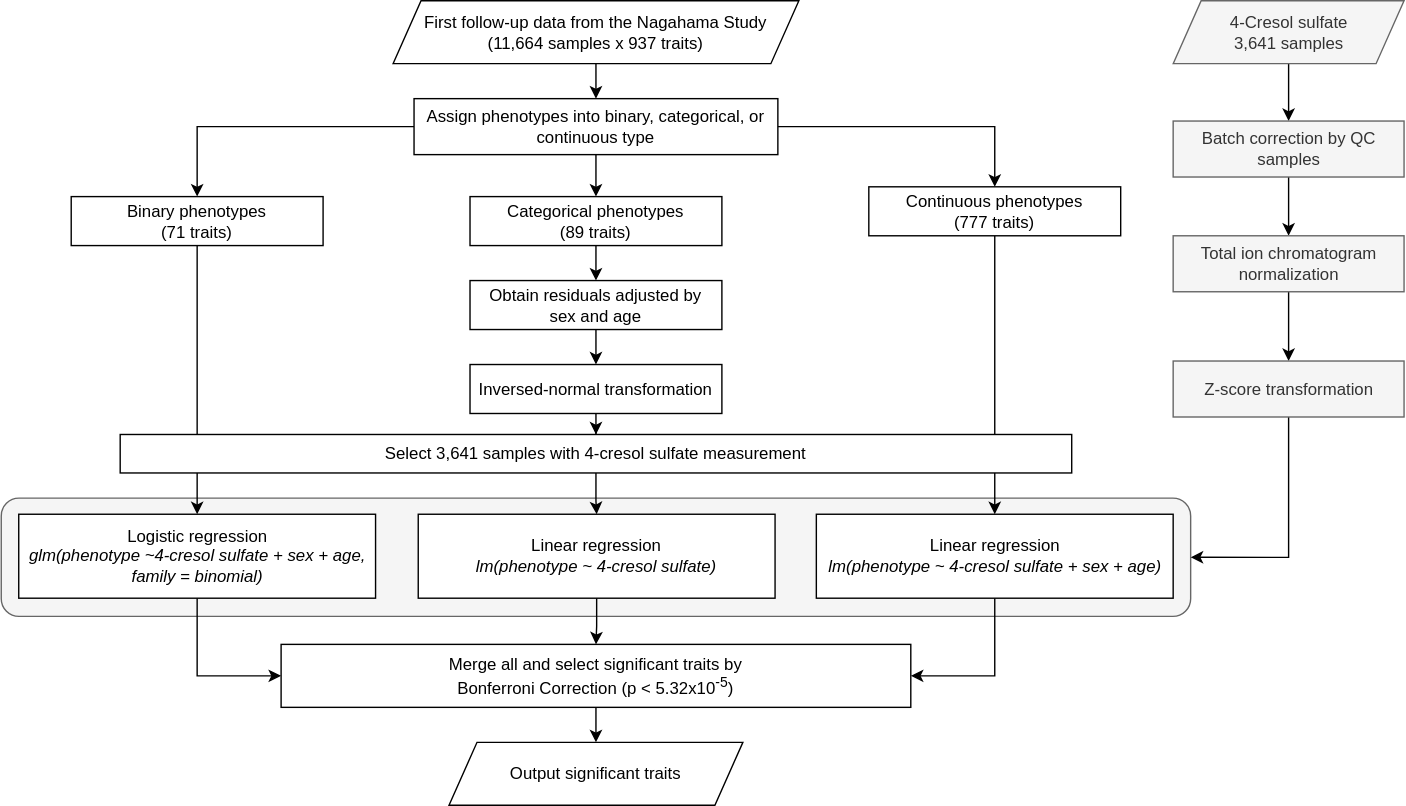
This is workflow.svg from janiceou/website_log, a draw.io export, as it was before one commit. Source tidied: cells renumbered, new cells last; positions are measured from the earlier drawing's top-left corner, leaving out a move shared by most shapes. Source of this version:
```xml
<mxGraphModel>
  <root>
    <mxCell id="0" />
    <mxCell id="1" parent="0" />
    <mxCell id="2" style="rounded=1;whiteSpace=wrap;html=1;fillColor=#f5f5f5;fontColor=#333333;strokeColor=#666666;" parent="1" vertex="1">
      <mxGeometry y="355.5" width="850" height="84.5" as="geometry" />
    </mxCell>
    <mxCell id="3" style="edgeStyle=orthogonalEdgeStyle;rounded=0;jettySize=auto;html=1;exitX=0.5;exitY=1;exitDx=0;exitDy=0;" parent="1" edge="1" source="4" target="8">
      <mxGeometry relative="1" as="geometry" />
    </mxCell>
    <mxCell id="4" value="First follow-up data from the Nagahama Study&lt;br&gt;(11,664 samples x 937 traits)" style="shape=parallelogram;perimeter=parallelogramPerimeter;whiteSpace=wrap;html=1;fixedSize=1;" parent="1" vertex="1">
      <mxGeometry x="280" width="290" height="45" as="geometry" />
    </mxCell>
    <mxCell id="5" style="edgeStyle=orthogonalEdgeStyle;rounded=0;jettySize=auto;html=1;" parent="1" edge="1" source="8" target="10">
      <mxGeometry relative="1" as="geometry" />
    </mxCell>
    <mxCell id="6" style="edgeStyle=orthogonalEdgeStyle;rounded=0;jettySize=auto;html=1;" parent="1" edge="1" source="8" target="12">
      <mxGeometry relative="1" as="geometry" />
    </mxCell>
    <mxCell id="7" style="edgeStyle=orthogonalEdgeStyle;rounded=0;jettySize=auto;html=1;" parent="1" edge="1" target="14">
      <mxGeometry relative="1" as="geometry">
        <mxPoint x="553" y="90" as="sourcePoint" />
      </mxGeometry>
    </mxCell>
    <mxCell id="8" value="Assign phenotypes into binary, categorical, or continuous type" style="rounded=0;whiteSpace=wrap;html=1;" parent="1" vertex="1">
      <mxGeometry x="295" y="70" width="260" height="40" as="geometry" />
    </mxCell>
    <mxCell id="9" style="edgeStyle=orthogonalEdgeStyle;rounded=0;jettySize=auto;html=1;" parent="1" edge="1" source="10" target="16">
      <mxGeometry relative="1" as="geometry" />
    </mxCell>
    <mxCell id="10" value="Categorical phenotypes&lt;br&gt;(89 traits)" style="whiteSpace=wrap;html=1;rounded=0;" parent="1" vertex="1">
      <mxGeometry x="335" y="140" width="180" height="35" as="geometry" />
    </mxCell>
    <mxCell id="11" style="edgeStyle=orthogonalEdgeStyle;rounded=0;jettySize=auto;html=1;exitX=0.5;exitY=1;exitDx=0;exitDy=0;entryX=0.5;entryY=0;entryDx=0;entryDy=0;" parent="1" edge="1" source="12" target="24">
      <mxGeometry relative="1" as="geometry" />
    </mxCell>
    <mxCell id="12" value="Binary phenotypes&lt;br&gt;(71 traits)" style="whiteSpace=wrap;html=1;rounded=0;" parent="1" vertex="1">
      <mxGeometry x="50" y="140" width="180" height="35" as="geometry" />
    </mxCell>
    <mxCell id="13" style="edgeStyle=orthogonalEdgeStyle;rounded=0;jettySize=auto;html=1;exitX=0.5;exitY=1;exitDx=0;exitDy=0;" parent="1" edge="1" source="14" target="26">
      <mxGeometry relative="1" as="geometry" />
    </mxCell>
    <mxCell id="14" value="Continuous phenotypes&lt;br&gt;(777 traits)" style="whiteSpace=wrap;html=1;rounded=0;" parent="1" vertex="1">
      <mxGeometry x="620" y="133" width="180" height="35" as="geometry" />
    </mxCell>
    <mxCell id="15" style="edgeStyle=orthogonalEdgeStyle;rounded=0;jettySize=auto;html=1;" parent="1" edge="1" source="16" target="18">
      <mxGeometry relative="1" as="geometry" />
    </mxCell>
    <mxCell id="16" value="Obtain residuals adjusted by &lt;br&gt;sex and age" style="whiteSpace=wrap;html=1;rounded=0;" parent="1" vertex="1">
      <mxGeometry x="335" y="200" width="180" height="35" as="geometry" />
    </mxCell>
    <mxCell id="17" style="edgeStyle=orthogonalEdgeStyle;rounded=0;jettySize=auto;html=1;" parent="1" edge="1" source="18" target="20">
      <mxGeometry relative="1" as="geometry" />
    </mxCell>
    <mxCell id="18" value="Inversed-normal transformation" style="whiteSpace=wrap;html=1;rounded=0;" parent="1" vertex="1">
      <mxGeometry x="335" y="260" width="180" height="35" as="geometry" />
    </mxCell>
    <mxCell id="19" style="edgeStyle=orthogonalEdgeStyle;rounded=0;jettySize=auto;html=1;" parent="1" edge="1" source="20" target="22">
      <mxGeometry relative="1" as="geometry" />
    </mxCell>
    <mxCell id="20" value="Select 3,641 samples with 4-cresol sulfate measurement" style="whiteSpace=wrap;html=1;rounded=0;" parent="1" vertex="1">
      <mxGeometry x="85" y="310" width="680" height="27.5" as="geometry" />
    </mxCell>
    <mxCell id="21" style="edgeStyle=orthogonalEdgeStyle;rounded=0;jettySize=auto;html=1;" parent="1" edge="1" source="22" target="28">
      <mxGeometry relative="1" as="geometry" />
    </mxCell>
    <mxCell id="22" value="Linear regression&lt;br&gt;&lt;i&gt;lm(phenotype ~ 4-cresol sulfate)&lt;/i&gt;" style="whiteSpace=wrap;html=1;rounded=0;" parent="1" vertex="1">
      <mxGeometry x="298" y="367" width="255" height="60" as="geometry" />
    </mxCell>
    <mxCell id="23" style="edgeStyle=orthogonalEdgeStyle;rounded=0;jettySize=auto;html=1;entryX=0;entryY=0.5;entryDx=0;entryDy=0;" parent="1" edge="1" source="24" target="28">
      <mxGeometry relative="1" as="geometry" />
    </mxCell>
    <mxCell id="24" value="Logistic regression&lt;br&gt;&lt;i&gt;glm(phenotype ~4-cresol sulfate + sex + age, family = binomial)&lt;/i&gt;" style="rounded=0;whiteSpace=wrap;html=1;" parent="1" vertex="1">
      <mxGeometry x="12.5" y="367" width="255" height="60" as="geometry" />
    </mxCell>
    <mxCell id="25" style="edgeStyle=orthogonalEdgeStyle;rounded=0;jettySize=auto;html=1;entryX=1;entryY=0.5;entryDx=0;entryDy=0;" parent="1" edge="1" source="26" target="28">
      <mxGeometry relative="1" as="geometry" />
    </mxCell>
    <mxCell id="26" value="Linear regression&lt;br&gt;&lt;i style=&quot;border-color: var(--border-color);&quot;&gt;lm(phenotype ~ 4-cresol sulfate + sex + age)&lt;/i&gt;" style="rounded=0;whiteSpace=wrap;html=1;" parent="1" vertex="1">
      <mxGeometry x="582.5" y="367" width="255" height="60" as="geometry" />
    </mxCell>
    <mxCell id="27" style="edgeStyle=orthogonalEdgeStyle;rounded=0;jettySize=auto;html=1;" parent="1" edge="1" source="28" target="29">
      <mxGeometry relative="1" as="geometry" />
    </mxCell>
    <mxCell id="28" value="Merge all and select significant traits by &lt;br&gt;Bonferroni Correction (p &amp;lt; 5.32x10&lt;sup&gt;-5&lt;/sup&gt;)" style="whiteSpace=wrap;html=1;rounded=0;" parent="1" vertex="1">
      <mxGeometry x="200" y="460" width="450" height="45" as="geometry" />
    </mxCell>
    <mxCell id="29" value="Output significant traits" style="shape=parallelogram;perimeter=parallelogramPerimeter;whiteSpace=wrap;html=1;fixedSize=1;rounded=0;" parent="1" vertex="1">
      <mxGeometry x="320" y="530" width="210" height="45" as="geometry" />
    </mxCell>
    <mxCell id="30" style="edgeStyle=orthogonalEdgeStyle;rounded=0;jettySize=auto;html=1;" parent="1" edge="1" source="31" target="33">
      <mxGeometry relative="1" as="geometry" />
    </mxCell>
    <mxCell id="31" value="4-Cresol sulfate&lt;br&gt;3,641 samples" style="shape=parallelogram;perimeter=parallelogramPerimeter;whiteSpace=wrap;html=1;fixedSize=1;fillColor=#f5f5f5;fontColor=#333333;strokeColor=#666666;" parent="1" vertex="1">
      <mxGeometry x="837.5" width="165" height="45" as="geometry" />
    </mxCell>
    <mxCell id="32" style="edgeStyle=orthogonalEdgeStyle;rounded=0;jettySize=auto;html=1;" parent="1" edge="1" source="33" target="35">
      <mxGeometry relative="1" as="geometry" />
    </mxCell>
    <mxCell id="33" value="Batch correction by QC samples" style="whiteSpace=wrap;html=1;fillColor=#f5f5f5;strokeColor=#666666;fontColor=#333333;" parent="1" vertex="1">
      <mxGeometry x="837.5" y="86" width="165" height="40" as="geometry" />
    </mxCell>
    <mxCell id="34" style="edgeStyle=orthogonalEdgeStyle;rounded=0;jettySize=auto;html=1;" parent="1" edge="1" source="35" target="37">
      <mxGeometry relative="1" as="geometry" />
    </mxCell>
    <mxCell id="35" value="Total ion chromatogram normalization" style="whiteSpace=wrap;html=1;fillColor=#f5f5f5;strokeColor=#666666;fontColor=#333333;" parent="1" vertex="1">
      <mxGeometry x="837.5" y="168" width="165" height="40" as="geometry" />
    </mxCell>
    <mxCell id="36" style="edgeStyle=orthogonalEdgeStyle;rounded=0;jettySize=auto;html=1;entryX=1;entryY=0.5;entryDx=0;entryDy=0;" parent="1" edge="1" source="37" target="2">
      <mxGeometry relative="1" as="geometry">
        <Array as="points">
          <mxPoint x="920" y="397" />
        </Array>
      </mxGeometry>
    </mxCell>
    <mxCell id="37" value="Z-score transformation" style="whiteSpace=wrap;html=1;fillColor=#f5f5f5;strokeColor=#666666;fontColor=#333333;" parent="1" vertex="1">
      <mxGeometry x="837.5" y="257.5" width="165" height="40" as="geometry" />
    </mxCell>
  </root>
</mxGraphModel>
```
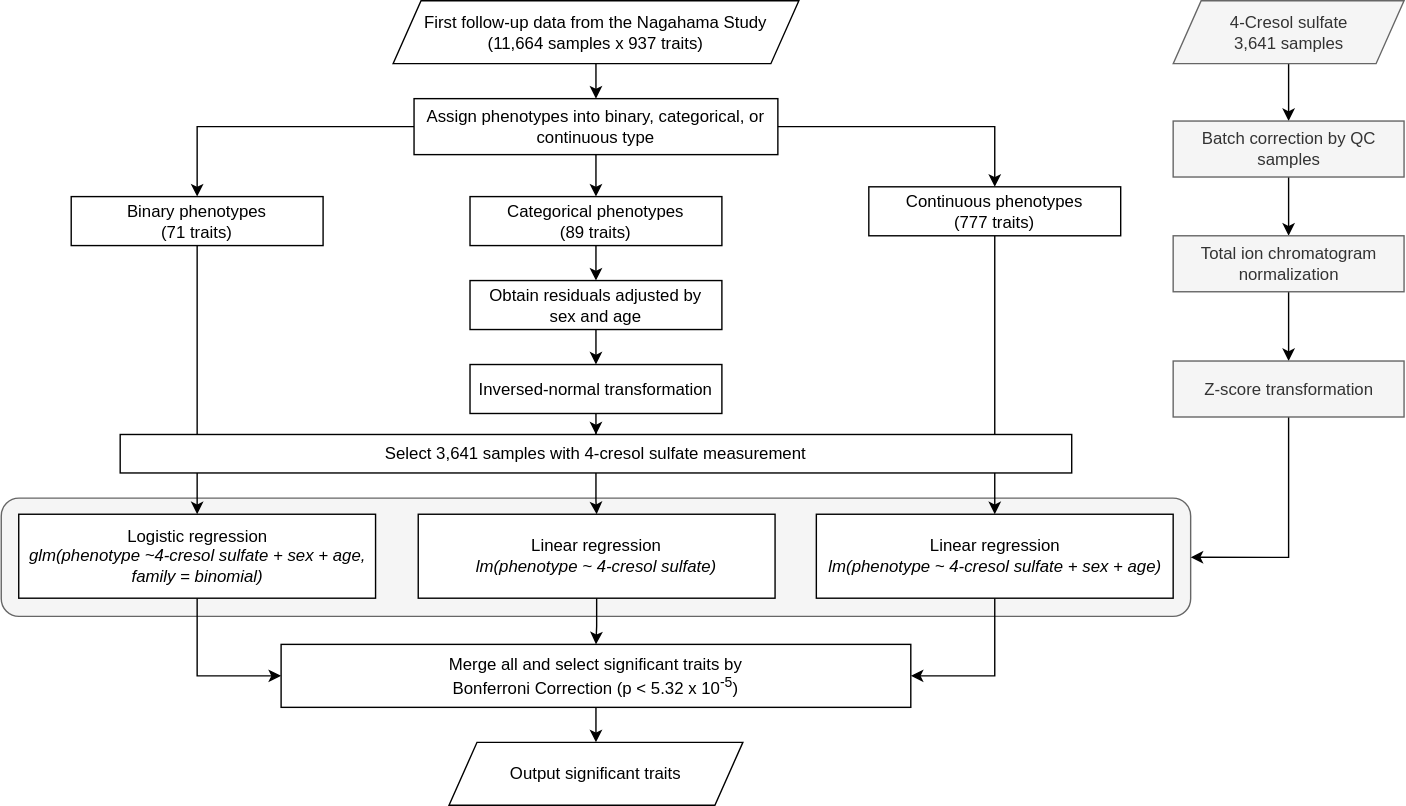
After the commit.

What changed in the source:
```diff
@@ -82,7 +82,7 @@
     <mxCell id="27" style="edgeStyle=orthogonalEdgeStyle;rounded=0;jettySize=auto;html=1;" parent="1" edge="1" source="28" target="29">
       <mxGeometry relative="1" as="geometry" />
     </mxCell>
-    <mxCell id="28" value="Merge all and select significant traits by &lt;br&gt;Bonferroni Correction (p &amp;lt; 5.32x10&lt;sup&gt;-5&lt;/sup&gt;)" style="whiteSpace=wrap;html=1;rounded=0;" parent="1" vertex="1">
+    <mxCell id="28" value="Merge all and select significant traits by &lt;br&gt;Bonferroni Correction (p &amp;lt; 5.32 x 10&lt;sup&gt;-5&lt;/sup&gt;)" style="whiteSpace=wrap;html=1;rounded=0;" parent="1" vertex="1">
       <mxGeometry x="200" y="460" width="450" height="45" as="geometry" />
     </mxCell>
     <mxCell id="29" value="Output significant traits" style="shape=parallelogram;perimeter=parallelogramPerimeter;whiteSpace=wrap;html=1;fixedSize=1;rounded=0;" parent="1" vertex="1">
```
